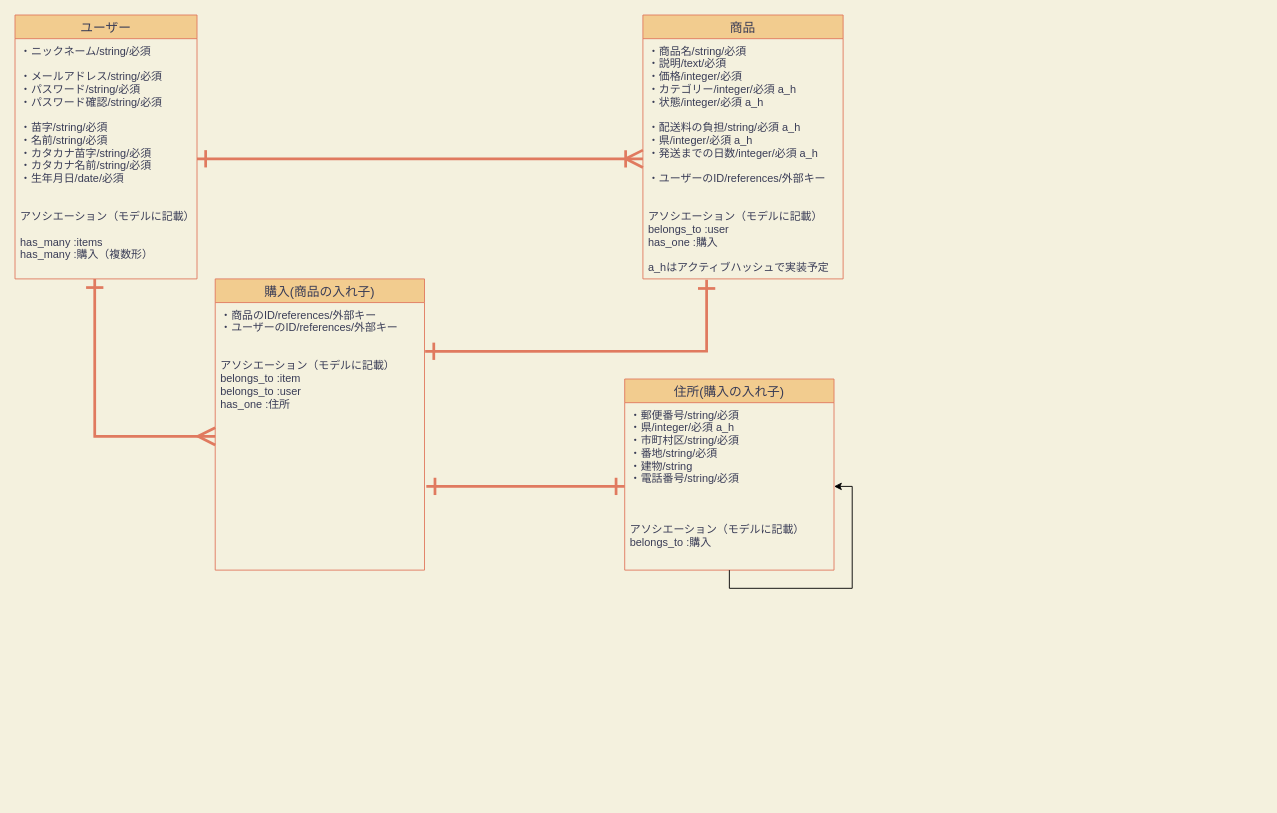
Before: er_diagram/furima(Ja).dio in Sakao3/furima-32541, a draw.io diagram. Source tidied: cells renumbered, new cells numbered last; positions are measured from the earlier drawing's top-left corner, leaving out a move shared by most shapes. Both pictures are drawn from the tidied source at 91%, with x=0, y=0 at pixel (15, 15).
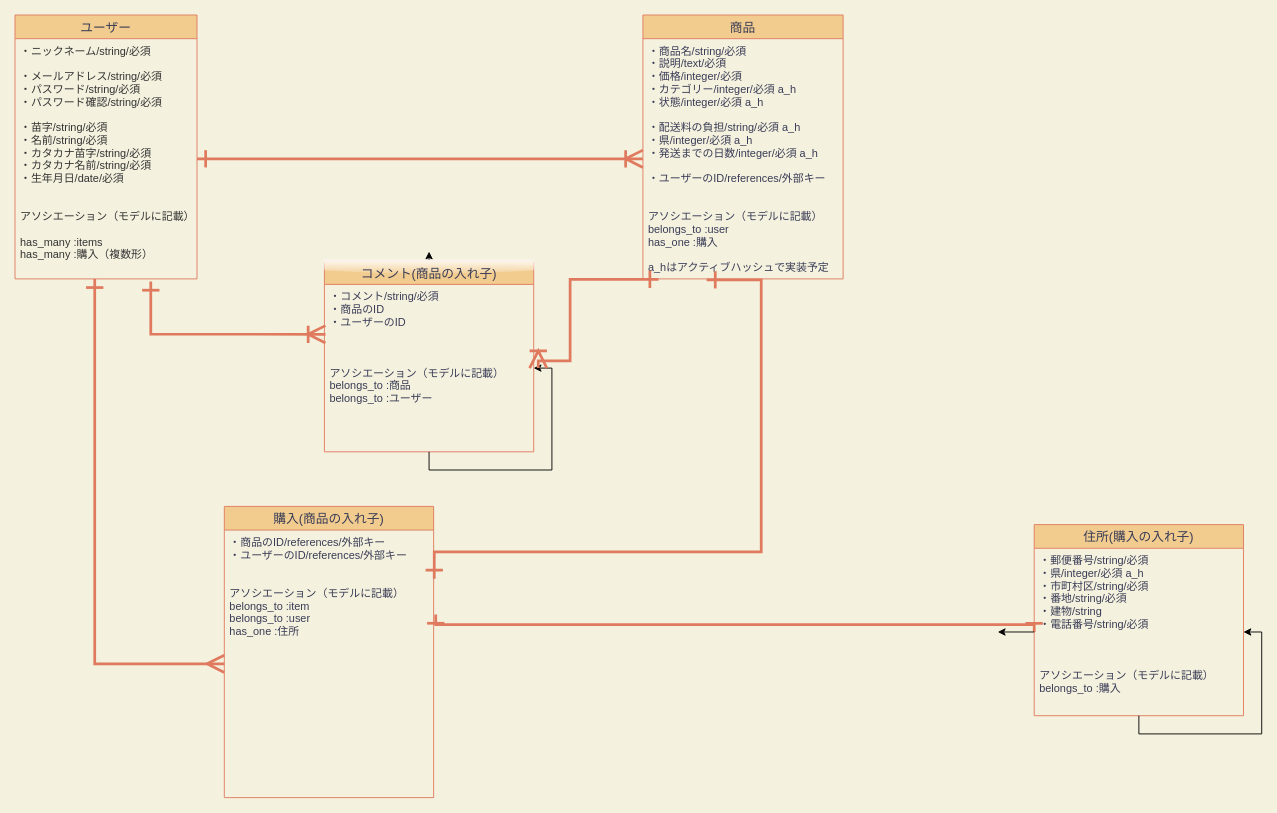
The same page after the edit.

Unchanged cells that the change refers to:
```xml
<mxCell id="2" value="ユーザー" style="swimlane;fontStyle=0;horizontal=1;startSize=26;align=center;fontSize=14;fillColor=#F2CC8F;strokeColor=#E07A5F;fontColor=#393C56;" parent="1" vertex="1">
  <mxGeometry width="200" height="290" as="geometry" />
</mxCell>
<mxCell id="5" value="・商品名/string/必須&#10;・説明/text/必須&#10;・価格/integer/必須&#10;・カテゴリー/integer/必須 a_h&#10;・状態/integer/必須 a_h&#10;&#10;・配送料の負担/string/必須 a_h&#10;・県/integer/必須 a_h&#10;・発送までの日数/integer/必須 a_h&#10;&#10;・ユーザーのID/references/外部キー&#10;&#10;&#10;アソシエーション（モデルに記載）&#10;belongs_to :user&#10;has_one :購入&#10;&#10;a_hはアクティブハッシュで実装予定&#10;" style="text;strokeColor=none;fillColor=none;spacingLeft=4;spacingRight=4;overflow=hidden;points=[[0,0.5],[1,0.5]];portConstraint=eastwest;fontSize=12;fontColor=#393C56;" parent="4" vertex="1">
  <mxGeometry y="26" width="220" height="264" as="geometry" />
</mxCell>
<mxCell id="10" value="・商品のID/references/外部キー&#10;・ユーザーのID/references/外部キー&#10;&#10;&#10;アソシエーション（モデルに記載）&#10;belongs_to :item&#10;belongs_to :user&#10;has_one :住所" style="text;strokeColor=none;fillColor=none;spacingLeft=4;spacingRight=4;overflow=hidden;points=[[0,0.5],[1,0.5]];portConstraint=eastwest;fontSize=12;fontColor=#393C56;" parent="9" vertex="1">
  <mxGeometry y="26" width="230" height="294" as="geometry" />
</mxCell>
<mxCell id="12" value="・郵便番号/string/必須&#10;・県/integer/必須 a_h&#10;・市町村区/string/必須&#10;・番地/string/必須&#10;・建物/string&#10;・電話番号/string/必須&#10;&#10;&#10;&#10;アソシエーション（モデルに記載）&#10;belongs_to :購入&#10;" style="text;strokeColor=none;fillColor=none;spacingLeft=4;spacingRight=4;overflow=hidden;points=[[0,0.5],[1,0.5]];portConstraint=eastwest;fontSize=12;fontColor=#393C56;" parent="11" vertex="1">
  <mxGeometry y="26" width="230" height="184" as="geometry" />
</mxCell>
```

The edit, as a diff of the source:
```diff
@@
-    <mxCell id="3" value="・ニックネーム/string/必須 &#10;&#10;・メールアドレス/string/必須&#10;・パスワード/string/必須&#10;・パスワード確認/string/必須&#10;&#10;・苗字/string/必須&#10;・名前/string/必須&#10;・カタカナ苗字/string/必須&#10;・カタカナ名前/string/必須&#10;・生年月日/date/必須&#10;&#10;&#10;アソシエーション（モデルに記載）&#10;&#10;has_many :items&#10;has_many :購入（複数形）" style="text;strokeColor=none;fillColor=none;spacingLeft=4;spacingRight=4;overflow=hidden;points=[[0,0.5],[1,0.5]];portConstraint=eastwest;fontSize=12;fontColor=#393C56;" parent="2" vertex="1">
+    <mxCell id="3" value="・ニックネーム/string/必須 &#10;&#10;・メールアドレス/string/必須&#10;・パスワード/string/必須&#10;・パスワード確認/string/必須&#10;&#10;・苗字/string/必須&#10;・名前/string/必須&#10;・カタカナ苗字/string/必須&#10;・カタカナ名前/string/必須&#10;・生年月日/date/必須&#10;&#10;&#10;アソシエーション（モデルに記載）&#10;&#10;has_many :items&#10;has_many :購入（複数形）" style="text;strokeColor=none;fillColor=none;spacingLeft=4;spacingRight=4;overflow=hidden;points=[[0,0.5],[1,0.5]];portConstraint=eastwest;fontSize=12;fontColor=#333333;" parent="2" vertex="1">
       <mxGeometry y="26" width="200" height="264" as="geometry" />
     </mxCell>
@@
     <mxCell id="7" style="edgeStyle=orthogonalEdgeStyle;rounded=0;jumpSize=10;jettySize=auto;html=1;startArrow=ERone;startFill=0;startSize=15;sourcePerimeterSpacing=10;endArrow=ERone;endFill=0;strokeColor=#E07A5F;strokeWidth=3;endSize=15;targetPerimeterSpacing=10;labelBackgroundColor=#F4F1DE;fontColor=#393C56;exitX=1.003;exitY=0.182;exitDx=0;exitDy=0;exitPerimeter=0;" parent="1" edge="1" source="10">
       <mxGeometry relative="1" as="geometry">
         <mxPoint x="760" y="291" as="targetPoint" />
         <Array as="points">
-          <mxPoint x="760" y="370" />
+          <mxPoint x="461" y="590" />
+          <mxPoint x="820" y="590" />
+          <mxPoint x="820" y="291" />
         </Array>
       </mxGeometry>
     </mxCell>
@@
     <mxCell id="9" value="購入(商品の入れ子)" style="swimlane;fontStyle=0;horizontal=1;startSize=26;align=center;fontSize=14;fillColor=#F2CC8F;strokeColor=#E07A5F;fontColor=#393C56;" parent="1" vertex="1">
-      <mxGeometry x="220" y="290" width="230" height="320" as="geometry" />
+      <mxGeometry x="230" y="540" width="230" height="320" as="geometry" />
     </mxCell>
@@
     <mxCell id="11" value="住所(購入の入れ子)" style="swimlane;fontStyle=0;horizontal=1;startSize=26;align=center;fontSize=14;fillColor=#F2CC8F;strokeColor=#E07A5F;fontColor=#393C56;" parent="1" vertex="1">
-      <mxGeometry x="670" y="400" width="230" height="210" as="geometry" />
+      <mxGeometry x="1120" y="560" width="230" height="210" as="geometry" />
     </mxCell>
@@
-    <mxCell id="14" style="edgeStyle=orthogonalEdgeStyle;rounded=0;jumpSize=10;jettySize=auto;html=1;startArrow=ERone;startFill=0;startSize=15;sourcePerimeterSpacing=10;endArrow=ERone;endFill=0;strokeColor=#E07A5F;strokeWidth=3;endSize=15;targetPerimeterSpacing=10;labelBackgroundColor=#F4F1DE;fontColor=#393C56;entryX=0;entryY=0.5;entryDx=0;entryDy=0;" parent="1" edge="1" target="12">
+    <mxCell id="14" style="edgeStyle=orthogonalEdgeStyle;rounded=0;jumpSize=10;jettySize=auto;html=1;startArrow=ERone;startFill=0;startSize=15;sourcePerimeterSpacing=10;endArrow=ERone;endFill=0;strokeColor=#E07A5F;strokeWidth=3;endSize=15;targetPerimeterSpacing=10;labelBackgroundColor=#F4F1DE;fontColor=#393C56;entryX=0;entryY=0.5;entryDx=0;entryDy=0;exitX=1.01;exitY=0.316;exitDx=0;exitDy=0;exitPerimeter=0;" parent="1" edge="1" source="10" target="12">
       <mxGeometry relative="1" as="geometry">
-        <mxPoint x="452" y="518" as="sourcePoint" />
         <Array as="points">
-          <mxPoint x="480" y="518" />
-          <mxPoint x="480" y="518" />
+          <mxPoint x="462" y="670" />
+          <mxPoint x="1120" y="670" />
         </Array>
       </mxGeometry>
     </mxCell>
+    <mxCell id="15" style="edgeStyle=orthogonalEdgeStyle;rounded=0;jettySize=auto;html=1;exitX=0.5;exitY=0;exitDx=0;exitDy=0;" parent="1" edge="1" source="16">
+      <mxGeometry relative="1" as="geometry">
+        <mxPoint x="455" y="260" as="targetPoint" />
+      </mxGeometry>
+    </mxCell>
+    <mxCell id="16" value="コメント(商品の入れ子)" style="swimlane;fontStyle=0;horizontal=1;startSize=26;align=center;fontSize=14;fillColor=#F2CC8F;strokeColor=#E07A5F;fontColor=#393C56;glass=1;" parent="1" vertex="1">
+      <mxGeometry x="340" y="270" width="230" height="210" as="geometry" />
+    </mxCell>
+    <mxCell id="17" style="edgeStyle=orthogonalEdgeStyle;rounded=0;jumpSize=10;jettySize=auto;html=1;startArrow=ERone;startFill=0;startSize=15;sourcePerimeterSpacing=10;endArrow=ERoneToMany;endFill=0;strokeColor=#E07A5F;strokeWidth=3;endSize=15;targetPerimeterSpacing=10;labelBackgroundColor=#F4F1DE;fontColor=#393C56;exitX=0.746;exitY=1.011;exitDx=0;exitDy=0;exitPerimeter=0;entryX=0.005;entryY=0.298;entryDx=0;entryDy=0;entryPerimeter=0;" parent="1" edge="1" source="3" target="18">
+      <mxGeometry relative="1" as="geometry">
+        <Array as="points">
+          <mxPoint x="149" y="351" />
+        </Array>
+      </mxGeometry>
+    </mxCell>
+    <mxCell id="18" value="・コメント/string/必須&#10;・商品のID&#10;・ユーザーのID&#10;&#10;&#10;&#10;アソシエーション（モデルに記載）&#10;belongs_to :商品&#10;belongs_to :ユーザー&#10;" style="text;strokeColor=none;fillColor=none;spacingLeft=4;spacingRight=4;overflow=hidden;points=[[0,0.5],[1,0.5]];portConstraint=eastwest;fontSize=12;fontColor=#393C56;" parent="1" vertex="1">
+      <mxGeometry x="340" y="296" width="230" height="184" as="geometry" />
+    </mxCell>
+    <mxCell id="19" style="edgeStyle=orthogonalEdgeStyle;rounded=0;jettySize=auto;html=1;" parent="1" edge="1" source="16" target="18">
+      <mxGeometry relative="1" as="geometry" />
+    </mxCell>
+    <mxCell id="20" style="edgeStyle=orthogonalEdgeStyle;rounded=0;jettySize=auto;html=1;" parent="1" edge="1" source="12">
+      <mxGeometry relative="1" as="geometry">
+        <mxPoint x="1080" y="678" as="targetPoint" />
+      </mxGeometry>
+    </mxCell>
+    <mxCell id="21" style="edgeStyle=orthogonalEdgeStyle;rounded=0;jumpSize=10;jettySize=auto;html=1;startArrow=ERone;startFill=0;startSize=15;sourcePerimeterSpacing=10;endArrow=ERoneToMany;endFill=0;strokeColor=#E07A5F;strokeWidth=3;endSize=15;targetPerimeterSpacing=10;labelBackgroundColor=#F4F1DE;fontColor=#393C56;exitX=0.078;exitY=1.002;exitDx=0;exitDy=0;exitPerimeter=0;" parent="1" edge="1" source="5" target="18">
+      <mxGeometry relative="1" as="geometry">
+        <Array as="points">
+          <mxPoint x="610" y="291" />
+          <mxPoint x="610" y="380" />
+          <mxPoint x="575" y="380" />
+        </Array>
+      </mxGeometry>
+    </mxCell>
```
